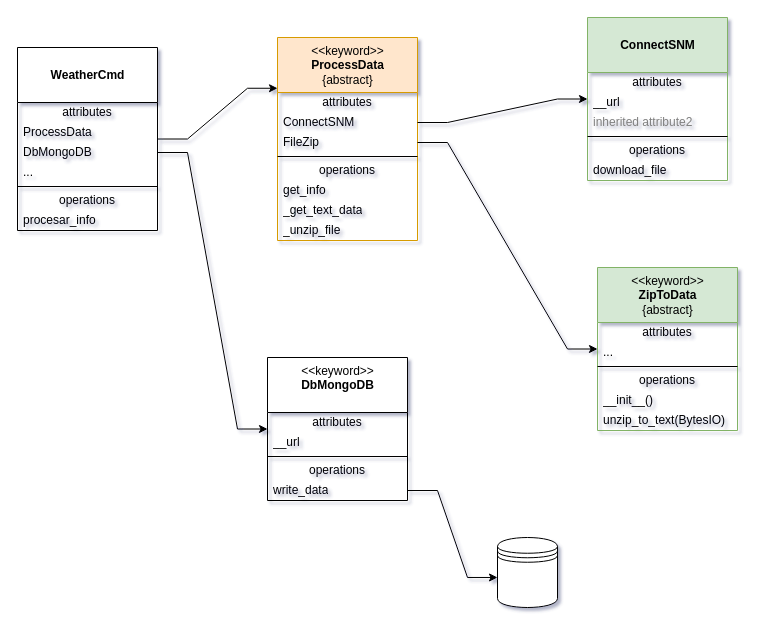
Above: page "Page-2" (2 of 3) of diagram.drawio in mejor0108/weather-process (draw.io), before the change. Source tidied: cells renumbered, new cells numbered last; positions are measured from the earlier drawing's top-left corner, leaving out a move shared by most shapes. Both pictures are drawn from the tidied source at 100%, with x=0, y=0 at pixel (17, 17).
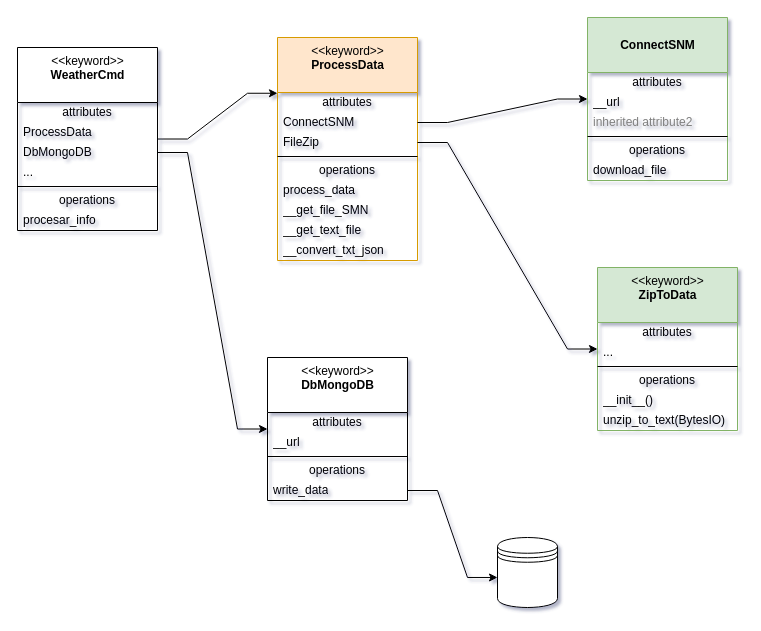
Above is the later version.

What changed in the source:
```diff
@@
-    <mxCell id="3" value="&lt;br&gt;&lt;b&gt;WeatherCmd&lt;/b&gt;" style="swimlane;fontStyle=0;align=center;verticalAlign=top;horizontal=1;startSize=55;html=1;" parent="1" vertex="1">
+    <mxCell id="3" value="&amp;lt;&amp;lt;keyword&amp;gt;&amp;gt;&lt;br&gt;&lt;b&gt;WeatherCmd&lt;/b&gt;" style="swimlane;fontStyle=0;align=center;verticalAlign=top;horizontal=1;startSize=55;html=1;" parent="1" vertex="1">
       <mxGeometry y="30" width="140" height="183" as="geometry" />
     </mxCell>
@@
-    <mxCell id="18" value="&amp;lt;&amp;lt;keyword&amp;gt;&amp;gt;&lt;br&gt;&lt;b&gt;ProcessData&lt;/b&gt;&lt;br&gt;{abstract}" style="swimlane;fontStyle=0;align=center;verticalAlign=top;horizontal=1;startSize=55;html=1;fillColor=#ffe6cc;strokeColor=#d79b00;" parent="1" vertex="1">
-      <mxGeometry x="260" y="20" width="140" height="203" as="geometry" />
+    <mxCell id="18" value="&amp;lt;&amp;lt;keyword&amp;gt;&amp;gt;&lt;br&gt;&lt;b&gt;ProcessData&lt;/b&gt;&lt;br&gt;" style="swimlane;fontStyle=0;align=center;verticalAlign=top;horizontal=1;startSize=55;html=1;fillColor=#ffe6cc;strokeColor=#d79b00;" parent="1" vertex="1">
+      <mxGeometry x="260" y="20" width="140" height="223" as="geometry" />
     </mxCell>
@@
-    <mxCell id="24" value="get_info" style="text;html=1;strokeColor=none;fillColor=none;align=left;verticalAlign=middle;spacingLeft=4;spacingRight=4;overflow=hidden;" parent="18" vertex="1">
+    <mxCell id="24" value="process_data" style="text;html=1;strokeColor=none;fillColor=none;align=left;verticalAlign=middle;spacingLeft=4;spacingRight=4;overflow=hidden;" parent="18" vertex="1">
       <mxGeometry y="143" width="140" height="20" as="geometry" />
     </mxCell>
-    <mxCell id="25" value="_get_text_data" style="text;html=1;strokeColor=none;fillColor=none;align=left;verticalAlign=middle;spacingLeft=4;spacingRight=4;overflow=hidden;" parent="18" vertex="1">
+    <mxCell id="25" value="__get_file_SMN" style="text;html=1;strokeColor=none;fillColor=none;align=left;verticalAlign=middle;spacingLeft=4;spacingRight=4;overflow=hidden;" parent="18" vertex="1">
       <mxGeometry y="163" width="140" height="20" as="geometry" />
     </mxCell>
-    <mxCell id="26" value="_unzip_file" style="text;html=1;strokeColor=none;fillColor=none;align=left;verticalAlign=middle;spacingLeft=4;spacingRight=4;overflow=hidden;" parent="18" vertex="1">
+    <mxCell id="26" value="__get_text_file" style="text;html=1;strokeColor=none;fillColor=none;align=left;verticalAlign=middle;spacingLeft=4;spacingRight=4;overflow=hidden;" parent="18" vertex="1">
       <mxGeometry y="183" width="140" height="20" as="geometry" />
     </mxCell>
+    <mxCell id="45" value="__convert_txt_json" style="text;html=1;strokeColor=none;fillColor=none;align=left;verticalAlign=middle;spacingLeft=4;spacingRight=4;overflow=hidden;" parent="18" vertex="1">
+      <mxGeometry y="203" width="140" height="20" as="geometry" />
+    </mxCell>
@@
-    <mxCell id="28" value="&amp;lt;&amp;lt;keyword&amp;gt;&amp;gt;&lt;br&gt;&lt;b&gt;ZipToData&lt;br&gt;&lt;/b&gt;{abstract}" style="swimlane;fontStyle=0;align=center;verticalAlign=top;horizontal=1;startSize=55;html=1;fillColor=#d5e8d4;strokeColor=#82b366;" parent="1" vertex="1">
+    <mxCell id="28" value="&amp;lt;&amp;lt;keyword&amp;gt;&amp;gt;&lt;br&gt;&lt;b&gt;ZipToData&lt;/b&gt;" style="swimlane;fontStyle=0;align=center;verticalAlign=top;horizontal=1;startSize=55;html=1;fillColor=#d5e8d4;strokeColor=#82b366;" parent="1" vertex="1">
       <mxGeometry x="580" y="250" width="140" height="163" as="geometry" />
     </mxCell>
```
